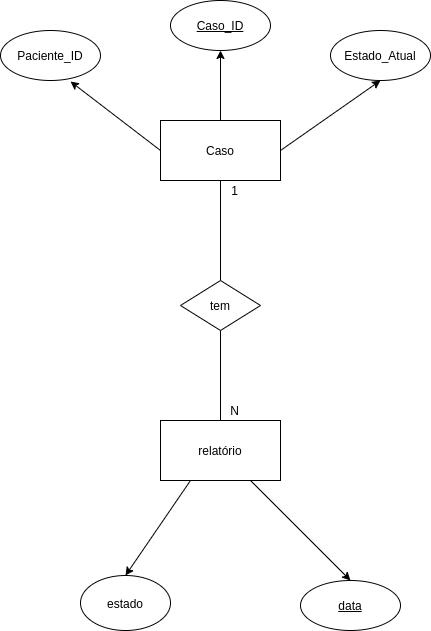
This is report/analiseRequisitosBD/DER_anonymous_IES.png from rafaelbaptista13/projeto_ies, a draw.io export, as it was before one commit. Source tidied: cells renumbered, new cells last; positions are measured from the earlier drawing's top-left corner, leaving out a move shared by most shapes.
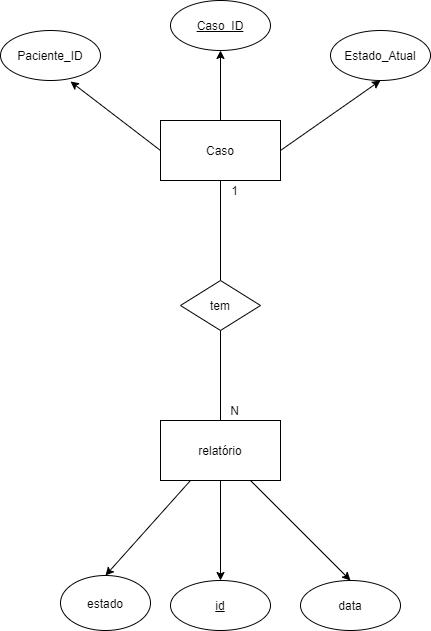
The same file after the commit.

Commit message:
DER_anonymous update with id on relatorio

Diff of the diagram source:
```diff
@@ -14,11 +14,11 @@
     <mxCell id="5" value="Estado_Atual" style="ellipse;whiteSpace=wrap;html=1;" parent="1" vertex="1">
       <mxGeometry x="330" y="30" width="100" height="50" as="geometry" />
     </mxCell>
-    <mxCell id="6" style="endArrow=classic;html=1;exitX=0;exitY=0.5;exitDx=0;exitDy=0;" parent="1" edge="1" source="2">
-      <mxGeometry relative="1" as="geometry">
-        <mxPoint x="70" y="81" as="targetPoint" />
-      </mxGeometry>
-    </mxCell>
+    <mxCell id="19" style="endArrow=classic;html=1;exitX=0;exitY=0.5;exitDx=0;exitDy=0;" parent="1" edge="1" source="2">
+      <mxGeometry relative="1" as="geometry">
+        <mxPoint x="70" y="81" as="targetPoint" />
+      </mxGeometry>
+    </mxCell>
     <mxCell id="7" style="endArrow=classic;html=1;entryX=0.5;entryY=1;entryDx=0;entryDy=0;exitX=0.5;exitY=0;exitDx=0;exitDy=0;" parent="1" edge="1" source="2" target="3">
       <mxGeometry relative="1" as="geometry" />
     </mxCell>
@@ -44,9 +44,9 @@
       <mxGeometry x="224" y="400" width="20" height="20" as="geometry" />
     </mxCell>
     <mxCell id="15" value="estado" style="ellipse;whiteSpace=wrap;html=1;" parent="1" vertex="1">
-      <mxGeometry x="80" y="575" width="90" height="55" as="geometry" />
+      <mxGeometry x="60" y="575" width="90" height="55" as="geometry" />
     </mxCell>
-    <mxCell id="16" value="&lt;u&gt;data&lt;/u&gt;" style="ellipse;whiteSpace=wrap;html=1;" parent="1" vertex="1">
+    <mxCell id="16" value="data" style="ellipse;whiteSpace=wrap;html=1;" parent="1" vertex="1">
       <mxGeometry x="300" y="580" width="100" height="50" as="geometry" />
     </mxCell>
     <mxCell id="17" style="endArrow=classic;html=1;exitX=0.25;exitY=1;exitDx=0;exitDy=0;entryX=0.5;entryY=0;entryDx=0;entryDy=0;" parent="1" edge="1" source="9" target="15">
@@ -55,5 +55,11 @@
     <mxCell id="18" style="endArrow=classic;html=1;exitX=0.75;exitY=1;exitDx=0;exitDy=0;entryX=0.5;entryY=0;entryDx=0;entryDy=0;" parent="1" edge="1" source="9" target="16">
       <mxGeometry relative="1" as="geometry" />
     </mxCell>
+    <mxCell id="20" value="&lt;u&gt;id&lt;/u&gt;" style="ellipse;whiteSpace=wrap;html=1;" parent="1" vertex="1">
+      <mxGeometry x="170" y="580" width="100" height="50" as="geometry" />
+    </mxCell>
+    <mxCell id="21" style="endArrow=classic;html=1;exitX=0.5;exitY=1;exitDx=0;exitDy=0;entryX=0.5;entryY=0;entryDx=0;entryDy=0;" parent="1" edge="1" source="9" target="20">
+      <mxGeometry relative="1" as="geometry" />
+    </mxCell>
   </root>
 </mxGraphModel>
```
